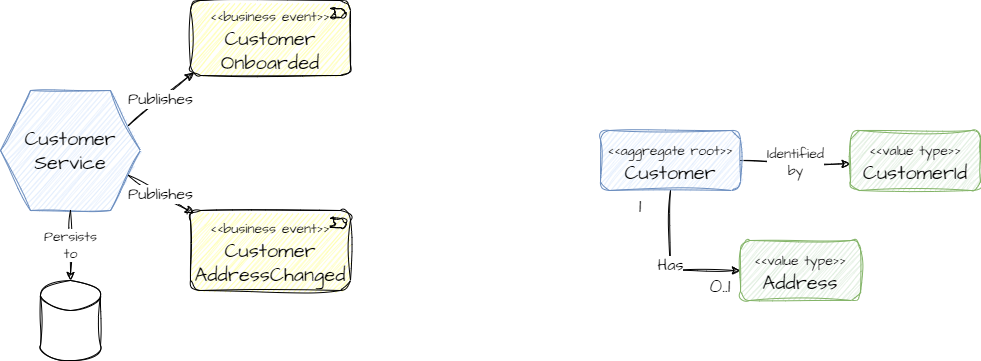
jpenniman/training keeps this draw.io diagram as customer-service/architecture.png. Above is the earlier version. Source tidied: cells renumbered, new cells last; positions are measured from the earlier drawing's top-left corner, leaving out a move shared by most shapes. Its diagram source:
```xml
<mxGraphModel background="#ffffff">
  <root>
    <mxCell id="0" />
    <mxCell id="1" parent="0" />
    <mxCell id="2" value="Customer&lt;br&gt;Service" style="shape=hexagon;perimeter=hexagonPerimeter2;whiteSpace=wrap;html=1;fixedSize=1;sketch=1;hachureGap=4;jiggle=2;curveFitting=1;fontFamily=Architects Daughter;fontSource=https%3A%2F%2Ffonts.googleapis.com%2Fcss%3Ffamily%3DArchitects%2BDaughter;fontSize=20;size=30;fillColor=#dae8fc;strokeColor=#6c8ebf;" parent="1" vertex="1">
      <mxGeometry y="90" width="140" height="120" as="geometry" />
    </mxCell>
    <mxCell id="3" value="&lt;font style=&quot;font-size: 14px;&quot;&gt;&amp;lt;&amp;lt;business event&amp;gt;&amp;gt;&lt;/font&gt;&lt;br&gt;Customer&lt;br&gt;Onboarded" style="html=1;outlineConnect=0;whiteSpace=wrap;fillColor=#ffff99;shape=mxgraph.archimate.business;busType=event;sketch=1;hachureGap=4;jiggle=2;curveFitting=1;fontFamily=Architects Daughter;fontSource=https%3A%2F%2Ffonts.googleapis.com%2Fcss%3Ffamily%3DArchitects%2BDaughter;fontSize=20;" parent="1" vertex="1">
      <mxGeometry x="190" width="160" height="75" as="geometry" />
    </mxCell>
    <mxCell id="4" value="&lt;span style=&quot;font-size: 14px;&quot;&gt;&amp;lt;&amp;lt;business event&amp;gt;&amp;gt;&lt;br&gt;&lt;/span&gt;Customer&lt;br&gt;AddressChanged" style="html=1;outlineConnect=0;whiteSpace=wrap;fillColor=#ffff99;shape=mxgraph.archimate.business;busType=event;sketch=1;hachureGap=4;jiggle=2;curveFitting=1;fontFamily=Architects Daughter;fontSource=https%3A%2F%2Ffonts.googleapis.com%2Fcss%3Ffamily%3DArchitects%2BDaughter;fontSize=20;" parent="1" vertex="1">
      <mxGeometry x="190" y="210" width="160" height="80" as="geometry" />
    </mxCell>
    <mxCell id="5" value="Publishes" style="endArrow=classic;html=1;rounded=0;sketch=1;hachureGap=4;jiggle=2;curveFitting=1;fontFamily=Architects Daughter;fontSource=https%3A%2F%2Ffonts.googleapis.com%2Fcss%3Ffamily%3DArchitects%2BDaughter;fontSize=16;exitX=1;exitY=0.25;exitDx=0;exitDy=0;entryX=0;entryY=1;entryDx=2.9;entryDy=-2.9;entryPerimeter=0;" parent="1" edge="1" source="2" target="3">
      <mxGeometry relative="1" as="geometry" />
    </mxCell>
    <mxCell id="6" value="Publishes" style="endArrow=classic;html=1;rounded=0;sketch=1;hachureGap=4;jiggle=2;curveFitting=1;fontFamily=Architects Daughter;fontSource=https%3A%2F%2Ffonts.googleapis.com%2Fcss%3Ffamily%3DArchitects%2BDaughter;fontSize=16;entryX=0;entryY=0;entryDx=2.9;entryDy=2.9;entryPerimeter=0;exitX=1;exitY=0.75;exitDx=0;exitDy=0;" parent="1" edge="1" source="2" target="4">
      <mxGeometry relative="1" as="geometry" />
    </mxCell>
    <mxCell id="7" value="Has" style="edgeStyle=orthogonalEdgeStyle;rounded=0;sketch=1;hachureGap=4;jiggle=2;curveFitting=1;jettySize=auto;html=1;entryX=0;entryY=0.5;entryDx=0;entryDy=0;fontFamily=Architects Daughter;fontSource=https%3A%2F%2Ffonts.googleapis.com%2Fcss%3Ffamily%3DArchitects%2BDaughter;fontSize=16;" parent="1" edge="1" source="9" target="10">
      <mxGeometry relative="1" as="geometry" />
    </mxCell>
    <mxCell id="8" value="Identified&lt;br&gt;by" style="edgeStyle=orthogonalEdgeStyle;rounded=0;sketch=1;hachureGap=4;jiggle=2;curveFitting=1;jettySize=auto;html=1;entryX=-0.003;entryY=0.556;entryDx=0;entryDy=0;entryPerimeter=0;fontFamily=Architects Daughter;fontSource=https%3A%2F%2Ffonts.googleapis.com%2Fcss%3Ffamily%3DArchitects%2BDaughter;fontSize=14;exitX=1;exitY=0.5;exitDx=0;exitDy=0;" parent="1" edge="1" source="9" target="13">
      <mxGeometry relative="1" as="geometry" />
    </mxCell>
    <mxCell id="9" value="&lt;font style=&quot;font-size: 14px;&quot;&gt;&amp;lt;&amp;lt;aggregate root&amp;gt;&amp;gt;&lt;/font&gt;&lt;br&gt;Customer" style="rounded=1;whiteSpace=wrap;html=1;sketch=1;hachureGap=4;jiggle=2;curveFitting=1;fontFamily=Architects Daughter;fontSource=https%3A%2F%2Ffonts.googleapis.com%2Fcss%3Ffamily%3DArchitects%2BDaughter;fontSize=20;fillColor=#dae8fc;strokeColor=#6c8ebf;" parent="1" vertex="1">
      <mxGeometry x="600" y="130" width="140" height="60" as="geometry" />
    </mxCell>
    <mxCell id="10" value="&lt;font style=&quot;font-size: 14px;&quot;&gt;&amp;lt;&amp;lt;value type&amp;gt;&amp;gt;&lt;/font&gt;&lt;br&gt;Address" style="rounded=1;whiteSpace=wrap;html=1;sketch=1;hachureGap=4;jiggle=2;curveFitting=1;fontFamily=Architects Daughter;fontSource=https%3A%2F%2Ffonts.googleapis.com%2Fcss%3Ffamily%3DArchitects%2BDaughter;fontSize=20;fillColor=#d5e8d4;strokeColor=#82b366;" parent="1" vertex="1">
      <mxGeometry x="740" y="240" width="120" height="60" as="geometry" />
    </mxCell>
    <mxCell id="11" value="1" style="text;html=1;strokeColor=none;fillColor=none;align=center;verticalAlign=middle;whiteSpace=wrap;rounded=0;sketch=1;hachureGap=4;jiggle=2;curveFitting=1;fontFamily=Architects Daughter;fontSource=https%3A%2F%2Ffonts.googleapis.com%2Fcss%3Ffamily%3DArchitects%2BDaughter;fontSize=20;" parent="1" vertex="1">
      <mxGeometry x="630" y="190" width="20" height="30" as="geometry" />
    </mxCell>
    <mxCell id="12" value="0..1" style="text;html=1;strokeColor=none;fillColor=none;align=center;verticalAlign=middle;whiteSpace=wrap;rounded=0;sketch=1;hachureGap=4;jiggle=2;curveFitting=1;fontFamily=Architects Daughter;fontSource=https%3A%2F%2Ffonts.googleapis.com%2Fcss%3Ffamily%3DArchitects%2BDaughter;fontSize=20;" parent="1" vertex="1">
      <mxGeometry x="710" y="270" width="20" height="30" as="geometry" />
    </mxCell>
    <mxCell id="13" value="&lt;font style=&quot;font-size: 14px;&quot;&gt;&amp;lt;&amp;lt;value type&amp;gt;&amp;gt;&lt;/font&gt;&lt;br&gt;CustomerId" style="rounded=1;whiteSpace=wrap;html=1;sketch=1;hachureGap=4;jiggle=2;curveFitting=1;fontFamily=Architects Daughter;fontSource=https%3A%2F%2Ffonts.googleapis.com%2Fcss%3Ffamily%3DArchitects%2BDaughter;fontSize=20;fillColor=#d5e8d4;strokeColor=#82b366;" parent="1" vertex="1">
      <mxGeometry x="850" y="130" width="130" height="60" as="geometry" />
    </mxCell>
    <mxCell id="14" style="shape=cylinder3;whiteSpace=wrap;html=1;boundedLbl=1;backgroundOutline=1;size=15;sketch=1;hachureGap=4;jiggle=2;curveFitting=1;fontFamily=Architects Daughter;fontSource=https%3A%2F%2Ffonts.googleapis.com%2Fcss%3Ffamily%3DArchitects%2BDaughter;fontSize=14;" parent="1" vertex="1">
      <mxGeometry x="40" y="280" width="60" height="80" as="geometry" />
    </mxCell>
    <mxCell id="15" value="Persists&lt;br&gt;to" style="endArrow=classic;html=1;rounded=0;sketch=1;hachureGap=4;jiggle=2;curveFitting=1;fontFamily=Architects Daughter;fontSource=https%3A%2F%2Ffonts.googleapis.com%2Fcss%3Ffamily%3DArchitects%2BDaughter;fontSize=14;exitX=0.5;exitY=1;exitDx=0;exitDy=0;entryX=0.5;entryY=0;entryDx=0;entryDy=0;entryPerimeter=0;" parent="1" edge="1" source="2" target="14">
      <mxGeometry relative="1" as="geometry" />
    </mxCell>
  </root>
</mxGraphModel>
```
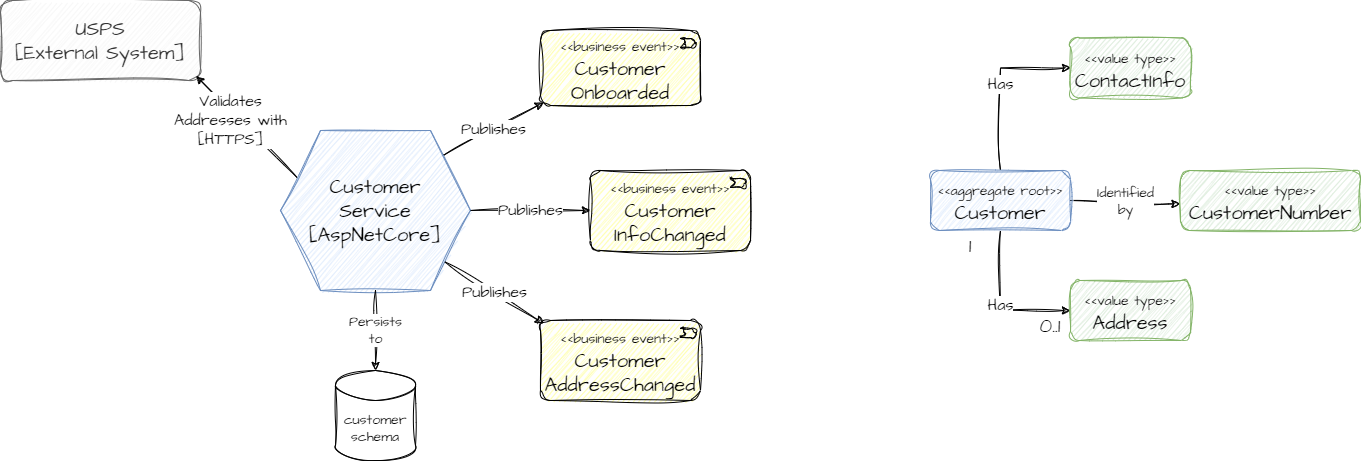
Above is the later version.

The edit, as a diff of the source:
```diff
@@ -2,47 +2,65 @@
   <root>
     <mxCell id="0" />
     <mxCell id="1" parent="0" />
+    <mxCell id="16" value="Publishes" style="edgeStyle=orthogonalEdgeStyle;rounded=0;sketch=1;hachureGap=4;jiggle=2;curveFitting=1;jettySize=auto;html=1;fontFamily=Architects Daughter;fontSource=https%3A%2F%2Ffonts.googleapis.com%2Fcss%3Ffamily%3DArchitects%2BDaughter;fontSize=16;" parent="1" edge="1" source="2" target="18">
+      <mxGeometry relative="1" as="geometry" />
+    </mxCell>
-    <mxCell id="2" value="Customer&lt;br&gt;Service" style="shape=hexagon;perimeter=hexagonPerimeter2;whiteSpace=wrap;html=1;fixedSize=1;sketch=1;hachureGap=4;jiggle=2;curveFitting=1;fontFamily=Architects Daughter;fontSource=https%3A%2F%2Ffonts.googleapis.com%2Fcss%3Ffamily%3DArchitects%2BDaughter;fontSize=20;size=30;fillColor=#dae8fc;strokeColor=#6c8ebf;" parent="1" vertex="1">
-      <mxGeometry y="90" width="140" height="120" as="geometry" />
+    <mxCell id="2" value="Customer&lt;br&gt;Service&lt;br&gt;[AspNetCore]" style="shape=hexagon;perimeter=hexagonPerimeter2;whiteSpace=wrap;html=1;fixedSize=1;hachureGap=4;fontFamily=Architects Daughter;fontSource=https%3A%2F%2Ffonts.googleapis.com%2Fcss%3Ffamily%3DArchitects%2BDaughter;fontSize=20;size=40;fillColor=#dae8fc;strokeColor=#6c8ebf;sketch=1;curveFitting=1;jiggle=2;" parent="1" vertex="1">
+      <mxGeometry x="-50" y="90" width="190" height="160" as="geometry" />
     </mxCell>
-    <mxCell id="3" value="&lt;font style=&quot;font-size: 14px;&quot;&gt;&amp;lt;&amp;lt;business event&amp;gt;&amp;gt;&lt;/font&gt;&lt;br&gt;Customer&lt;br&gt;Onboarded" style="html=1;outlineConnect=0;whiteSpace=wrap;fillColor=#ffff99;shape=mxgraph.archimate.business;busType=event;sketch=1;hachureGap=4;jiggle=2;curveFitting=1;fontFamily=Architects Daughter;fontSource=https%3A%2F%2Ffonts.googleapis.com%2Fcss%3Ffamily%3DArchitects%2BDaughter;fontSize=20;" parent="1" vertex="1">
-      <mxGeometry x="190" width="160" height="75" as="geometry" />
+    <mxCell id="3" value="&lt;font style=&quot;font-size: 14px;&quot;&gt;&amp;lt;&amp;lt;business event&amp;gt;&amp;gt;&lt;/font&gt;&lt;br&gt;Customer&lt;br&gt;Onboarded" style="html=1;outlineConnect=0;whiteSpace=wrap;fillColor=#ffff99;shape=mxgraph.archimate.business;busType=event;hachureGap=4;fontFamily=Architects Daughter;fontSource=https%3A%2F%2Ffonts.googleapis.com%2Fcss%3Ffamily%3DArchitects%2BDaughter;fontSize=20;sketch=1;curveFitting=1;jiggle=2;" parent="1" vertex="1">
+      <mxGeometry x="210" y="-10" width="160" height="75" as="geometry" />
     </mxCell>
-    <mxCell id="4" value="&lt;span style=&quot;font-size: 14px;&quot;&gt;&amp;lt;&amp;lt;business event&amp;gt;&amp;gt;&lt;br&gt;&lt;/span&gt;Customer&lt;br&gt;AddressChanged" style="html=1;outlineConnect=0;whiteSpace=wrap;fillColor=#ffff99;shape=mxgraph.archimate.business;busType=event;sketch=1;hachureGap=4;jiggle=2;curveFitting=1;fontFamily=Architects Daughter;fontSource=https%3A%2F%2Ffonts.googleapis.com%2Fcss%3Ffamily%3DArchitects%2BDaughter;fontSize=20;" parent="1" vertex="1">
-      <mxGeometry x="190" y="210" width="160" height="80" as="geometry" />
+    <mxCell id="4" value="&lt;span style=&quot;font-size: 14px;&quot;&gt;&amp;lt;&amp;lt;business event&amp;gt;&amp;gt;&lt;br&gt;&lt;/span&gt;Customer&lt;br&gt;AddressChanged" style="html=1;outlineConnect=0;whiteSpace=wrap;fillColor=#ffff99;shape=mxgraph.archimate.business;busType=event;hachureGap=4;fontFamily=Architects Daughter;fontSource=https%3A%2F%2Ffonts.googleapis.com%2Fcss%3Ffamily%3DArchitects%2BDaughter;fontSize=20;sketch=1;curveFitting=1;jiggle=2;" parent="1" vertex="1">
+      <mxGeometry x="210" y="280" width="160" height="80" as="geometry" />
     </mxCell>
-    <mxCell id="5" value="Publishes" style="endArrow=classic;html=1;rounded=0;sketch=1;hachureGap=4;jiggle=2;curveFitting=1;fontFamily=Architects Daughter;fontSource=https%3A%2F%2Ffonts.googleapis.com%2Fcss%3Ffamily%3DArchitects%2BDaughter;fontSize=16;exitX=1;exitY=0.25;exitDx=0;exitDy=0;entryX=0;entryY=1;entryDx=2.9;entryDy=-2.9;entryPerimeter=0;" parent="1" edge="1" source="2" target="3">
+    <mxCell id="5" value="Publishes" style="endArrow=classic;html=1;rounded=0;hachureGap=4;fontFamily=Architects Daughter;fontSource=https%3A%2F%2Ffonts.googleapis.com%2Fcss%3Ffamily%3DArchitects%2BDaughter;fontSize=16;exitX=0.858;exitY=0.155;exitDx=0;exitDy=0;entryX=0;entryY=1;entryDx=2.9;entryDy=-2.9;entryPerimeter=0;sketch=1;curveFitting=1;jiggle=2;exitPerimeter=0;" parent="1" edge="1" source="2" target="3">
       <mxGeometry relative="1" as="geometry" />
     </mxCell>
-    <mxCell id="6" value="Publishes" style="endArrow=classic;html=1;rounded=0;sketch=1;hachureGap=4;jiggle=2;curveFitting=1;fontFamily=Architects Daughter;fontSource=https%3A%2F%2Ffonts.googleapis.com%2Fcss%3Ffamily%3DArchitects%2BDaughter;fontSize=16;entryX=0;entryY=0;entryDx=2.9;entryDy=2.9;entryPerimeter=0;exitX=1;exitY=0.75;exitDx=0;exitDy=0;" parent="1" edge="1" source="2" target="4">
+    <mxCell id="6" value="Publishes" style="endArrow=classic;html=1;rounded=0;hachureGap=4;fontFamily=Architects Daughter;fontSource=https%3A%2F%2Ffonts.googleapis.com%2Fcss%3Ffamily%3DArchitects%2BDaughter;fontSize=16;entryX=0;entryY=0;entryDx=2.9;entryDy=2.9;entryPerimeter=0;exitX=0.865;exitY=0.821;exitDx=0;exitDy=0;sketch=1;curveFitting=1;jiggle=2;exitPerimeter=0;" parent="1" edge="1" source="2" target="4">
       <mxGeometry relative="1" as="geometry" />
     </mxCell>
-    <mxCell id="7" value="Has" style="edgeStyle=orthogonalEdgeStyle;rounded=0;sketch=1;hachureGap=4;jiggle=2;curveFitting=1;jettySize=auto;html=1;entryX=0;entryY=0.5;entryDx=0;entryDy=0;fontFamily=Architects Daughter;fontSource=https%3A%2F%2Ffonts.googleapis.com%2Fcss%3Ffamily%3DArchitects%2BDaughter;fontSize=16;" parent="1" edge="1" source="9" target="10">
+    <mxCell id="7" value="Has" style="edgeStyle=orthogonalEdgeStyle;rounded=0;hachureGap=4;jettySize=auto;html=1;entryX=0;entryY=0.5;entryDx=0;entryDy=0;fontFamily=Architects Daughter;fontSource=https%3A%2F%2Ffonts.googleapis.com%2Fcss%3Ffamily%3DArchitects%2BDaughter;fontSize=16;sketch=1;curveFitting=1;jiggle=2;" parent="1" edge="1" source="9" target="10">
       <mxGeometry relative="1" as="geometry" />
     </mxCell>
-    <mxCell id="8" value="Identified&lt;br&gt;by" style="edgeStyle=orthogonalEdgeStyle;rounded=0;sketch=1;hachureGap=4;jiggle=2;curveFitting=1;jettySize=auto;html=1;entryX=-0.003;entryY=0.556;entryDx=0;entryDy=0;entryPerimeter=0;fontFamily=Architects Daughter;fontSource=https%3A%2F%2Ffonts.googleapis.com%2Fcss%3Ffamily%3DArchitects%2BDaughter;fontSize=14;exitX=1;exitY=0.5;exitDx=0;exitDy=0;" parent="1" edge="1" source="9" target="13">
+    <mxCell id="8" value="Identified&lt;br&gt;by" style="edgeStyle=orthogonalEdgeStyle;rounded=0;hachureGap=4;jettySize=auto;html=1;entryX=-0.003;entryY=0.556;entryDx=0;entryDy=0;entryPerimeter=0;fontFamily=Architects Daughter;fontSource=https%3A%2F%2Ffonts.googleapis.com%2Fcss%3Ffamily%3DArchitects%2BDaughter;fontSize=14;exitX=1;exitY=0.5;exitDx=0;exitDy=0;sketch=1;curveFitting=1;jiggle=2;" parent="1" edge="1" source="9" target="13">
       <mxGeometry relative="1" as="geometry" />
     </mxCell>
+    <mxCell id="17" value="Has" style="edgeStyle=orthogonalEdgeStyle;rounded=0;sketch=1;hachureGap=4;jiggle=2;curveFitting=1;jettySize=auto;html=1;entryX=0;entryY=0.5;entryDx=0;entryDy=0;fontFamily=Architects Daughter;fontSource=https%3A%2F%2Ffonts.googleapis.com%2Fcss%3Ffamily%3DArchitects%2BDaughter;fontSize=16;" parent="1" edge="1" source="9" target="21">
+      <mxGeometry relative="1" as="geometry" />
+    </mxCell>
-    <mxCell id="9" value="&lt;font style=&quot;font-size: 14px;&quot;&gt;&amp;lt;&amp;lt;aggregate root&amp;gt;&amp;gt;&lt;/font&gt;&lt;br&gt;Customer" style="rounded=1;whiteSpace=wrap;html=1;sketch=1;hachureGap=4;jiggle=2;curveFitting=1;fontFamily=Architects Daughter;fontSource=https%3A%2F%2Ffonts.googleapis.com%2Fcss%3Ffamily%3DArchitects%2BDaughter;fontSize=20;fillColor=#dae8fc;strokeColor=#6c8ebf;" parent="1" vertex="1">
+    <mxCell id="9" value="&lt;font style=&quot;font-size: 14px;&quot;&gt;&amp;lt;&amp;lt;aggregate root&amp;gt;&amp;gt;&lt;/font&gt;&lt;br&gt;Customer" style="rounded=1;whiteSpace=wrap;html=1;hachureGap=4;fontFamily=Architects Daughter;fontSource=https%3A%2F%2Ffonts.googleapis.com%2Fcss%3Ffamily%3DArchitects%2BDaughter;fontSize=20;fillColor=#dae8fc;strokeColor=#6c8ebf;sketch=1;curveFitting=1;jiggle=2;" parent="1" vertex="1">
       <mxGeometry x="600" y="130" width="140" height="60" as="geometry" />
     </mxCell>
-    <mxCell id="10" value="&lt;font style=&quot;font-size: 14px;&quot;&gt;&amp;lt;&amp;lt;value type&amp;gt;&amp;gt;&lt;/font&gt;&lt;br&gt;Address" style="rounded=1;whiteSpace=wrap;html=1;sketch=1;hachureGap=4;jiggle=2;curveFitting=1;fontFamily=Architects Daughter;fontSource=https%3A%2F%2Ffonts.googleapis.com%2Fcss%3Ffamily%3DArchitects%2BDaughter;fontSize=20;fillColor=#d5e8d4;strokeColor=#82b366;" parent="1" vertex="1">
+    <mxCell id="10" value="&lt;font style=&quot;font-size: 14px;&quot;&gt;&amp;lt;&amp;lt;value type&amp;gt;&amp;gt;&lt;/font&gt;&lt;br&gt;Address" style="rounded=1;whiteSpace=wrap;html=1;hachureGap=4;fontFamily=Architects Daughter;fontSource=https%3A%2F%2Ffonts.googleapis.com%2Fcss%3Ffamily%3DArchitects%2BDaughter;fontSize=20;fillColor=#d5e8d4;strokeColor=#82b366;sketch=1;curveFitting=1;jiggle=2;" parent="1" vertex="1">
       <mxGeometry x="740" y="240" width="120" height="60" as="geometry" />
     </mxCell>
-    <mxCell id="11" value="1" style="text;html=1;strokeColor=none;fillColor=none;align=center;verticalAlign=middle;whiteSpace=wrap;rounded=0;sketch=1;hachureGap=4;jiggle=2;curveFitting=1;fontFamily=Architects Daughter;fontSource=https%3A%2F%2Ffonts.googleapis.com%2Fcss%3Ffamily%3DArchitects%2BDaughter;fontSize=20;" parent="1" vertex="1">
+    <mxCell id="11" value="1" style="text;html=1;strokeColor=none;fillColor=none;align=center;verticalAlign=middle;whiteSpace=wrap;rounded=0;hachureGap=4;fontFamily=Architects Daughter;fontSource=https%3A%2F%2Ffonts.googleapis.com%2Fcss%3Ffamily%3DArchitects%2BDaughter;fontSize=20;sketch=1;curveFitting=1;jiggle=2;" parent="1" vertex="1">
       <mxGeometry x="630" y="190" width="20" height="30" as="geometry" />
     </mxCell>
-    <mxCell id="12" value="0..1" style="text;html=1;strokeColor=none;fillColor=none;align=center;verticalAlign=middle;whiteSpace=wrap;rounded=0;sketch=1;hachureGap=4;jiggle=2;curveFitting=1;fontFamily=Architects Daughter;fontSource=https%3A%2F%2Ffonts.googleapis.com%2Fcss%3Ffamily%3DArchitects%2BDaughter;fontSize=20;" parent="1" vertex="1">
+    <mxCell id="12" value="0..1" style="text;html=1;strokeColor=none;fillColor=none;align=center;verticalAlign=middle;whiteSpace=wrap;rounded=0;hachureGap=4;fontFamily=Architects Daughter;fontSource=https%3A%2F%2Ffonts.googleapis.com%2Fcss%3Ffamily%3DArchitects%2BDaughter;fontSize=20;sketch=1;curveFitting=1;jiggle=2;" parent="1" vertex="1">
       <mxGeometry x="710" y="270" width="20" height="30" as="geometry" />
     </mxCell>
-    <mxCell id="13" value="&lt;font style=&quot;font-size: 14px;&quot;&gt;&amp;lt;&amp;lt;value type&amp;gt;&amp;gt;&lt;/font&gt;&lt;br&gt;CustomerId" style="rounded=1;whiteSpace=wrap;html=1;sketch=1;hachureGap=4;jiggle=2;curveFitting=1;fontFamily=Architects Daughter;fontSource=https%3A%2F%2Ffonts.googleapis.com%2Fcss%3Ffamily%3DArchitects%2BDaughter;fontSize=20;fillColor=#d5e8d4;strokeColor=#82b366;" parent="1" vertex="1">
-      <mxGeometry x="850" y="130" width="130" height="60" as="geometry" />
+    <mxCell id="13" value="&lt;font style=&quot;font-size: 14px;&quot;&gt;&amp;lt;&amp;lt;value type&amp;gt;&amp;gt;&lt;/font&gt;&lt;br&gt;CustomerNumber" style="rounded=1;whiteSpace=wrap;html=1;hachureGap=4;fontFamily=Architects Daughter;fontSource=https%3A%2F%2Ffonts.googleapis.com%2Fcss%3Ffamily%3DArchitects%2BDaughter;fontSize=20;fillColor=#d5e8d4;strokeColor=#82b366;sketch=1;curveFitting=1;jiggle=2;" parent="1" vertex="1">
+      <mxGeometry x="850" y="130" width="180" height="60" as="geometry" />
     </mxCell>
-    <mxCell id="14" style="shape=cylinder3;whiteSpace=wrap;html=1;boundedLbl=1;backgroundOutline=1;size=15;sketch=1;hachureGap=4;jiggle=2;curveFitting=1;fontFamily=Architects Daughter;fontSource=https%3A%2F%2Ffonts.googleapis.com%2Fcss%3Ffamily%3DArchitects%2BDaughter;fontSize=14;" parent="1" vertex="1">
-      <mxGeometry x="40" y="280" width="60" height="80" as="geometry" />
+    <mxCell id="14" value="customer&lt;br&gt;schema" style="shape=cylinder3;whiteSpace=wrap;html=1;boundedLbl=1;backgroundOutline=1;size=15;hachureGap=4;fontFamily=Architects Daughter;fontSource=https%3A%2F%2Ffonts.googleapis.com%2Fcss%3Ffamily%3DArchitects%2BDaughter;fontSize=14;sketch=1;curveFitting=1;jiggle=2;" parent="1" vertex="1">
+      <mxGeometry x="5" y="330" width="80" height="90" as="geometry" />
     </mxCell>
-    <mxCell id="15" value="Persists&lt;br&gt;to" style="endArrow=classic;html=1;rounded=0;sketch=1;hachureGap=4;jiggle=2;curveFitting=1;fontFamily=Architects Daughter;fontSource=https%3A%2F%2Ffonts.googleapis.com%2Fcss%3Ffamily%3DArchitects%2BDaughter;fontSize=14;exitX=0.5;exitY=1;exitDx=0;exitDy=0;entryX=0.5;entryY=0;entryDx=0;entryDy=0;entryPerimeter=0;" parent="1" edge="1" source="2" target="14">
+    <mxCell id="15" value="Persists&lt;br&gt;to" style="endArrow=classic;html=1;rounded=0;hachureGap=4;fontFamily=Architects Daughter;fontSource=https%3A%2F%2Ffonts.googleapis.com%2Fcss%3Ffamily%3DArchitects%2BDaughter;fontSize=14;exitX=0.5;exitY=1;exitDx=0;exitDy=0;entryX=0.5;entryY=0;entryDx=0;entryDy=0;entryPerimeter=0;sketch=1;curveFitting=1;jiggle=2;" parent="1" edge="1" source="2" target="14">
       <mxGeometry relative="1" as="geometry" />
     </mxCell>
+    <mxCell id="18" value="&lt;span style=&quot;font-size: 14px;&quot;&gt;&amp;lt;&amp;lt;business event&amp;gt;&amp;gt;&lt;br&gt;&lt;/span&gt;Customer&lt;br&gt;InfoChanged" style="html=1;outlineConnect=0;whiteSpace=wrap;fillColor=#ffff99;shape=mxgraph.archimate.business;busType=event;hachureGap=4;fontFamily=Architects Daughter;fontSource=https%3A%2F%2Ffonts.googleapis.com%2Fcss%3Ffamily%3DArchitects%2BDaughter;fontSize=20;sketch=1;curveFitting=1;jiggle=2;" parent="1" vertex="1">
+      <mxGeometry x="260" y="130" width="160" height="80" as="geometry" />
+    </mxCell>
+    <mxCell id="19" value="USPS&lt;br&gt;[External System]" style="rounded=1;whiteSpace=wrap;html=1;sketch=1;hachureGap=4;jiggle=2;curveFitting=1;fontFamily=Architects Daughter;fontSource=https%3A%2F%2Ffonts.googleapis.com%2Fcss%3Ffamily%3DArchitects%2BDaughter;fontSize=20;fillColor=#f5f5f5;fontColor=#333333;strokeColor=#666666;" parent="1" vertex="1">
+      <mxGeometry x="-330" y="-40" width="200" height="80" as="geometry" />
+    </mxCell>
+    <mxCell id="20" value="Validates&lt;br&gt;Addresses with&lt;br&gt;[HTTPS]" style="endArrow=classic;html=1;rounded=0;sketch=1;hachureGap=4;jiggle=2;curveFitting=1;fontFamily=Architects Daughter;fontSource=https%3A%2F%2Ffonts.googleapis.com%2Fcss%3Ffamily%3DArchitects%2BDaughter;fontSize=16;exitX=0;exitY=0.25;exitDx=0;exitDy=0;entryX=0.977;entryY=0.94;entryDx=0;entryDy=0;entryPerimeter=0;" parent="1" edge="1" source="2" target="19">
+      <mxGeometry x="0.22" y="7" relative="1" as="geometry" />
+    </mxCell>
+    <mxCell id="21" value="&lt;font style=&quot;font-size: 14px;&quot;&gt;&amp;lt;&amp;lt;value type&amp;gt;&amp;gt;&lt;/font&gt;&lt;br&gt;ContactInfo" style="rounded=1;whiteSpace=wrap;html=1;hachureGap=4;fontFamily=Architects Daughter;fontSource=https%3A%2F%2Ffonts.googleapis.com%2Fcss%3Ffamily%3DArchitects%2BDaughter;fontSize=20;fillColor=#d5e8d4;strokeColor=#82b366;sketch=1;curveFitting=1;jiggle=2;" parent="1" vertex="1">
+      <mxGeometry x="740" y="-2.5" width="120" height="60" as="geometry" />
+    </mxCell>
   </root>
 </mxGraphModel>
```
